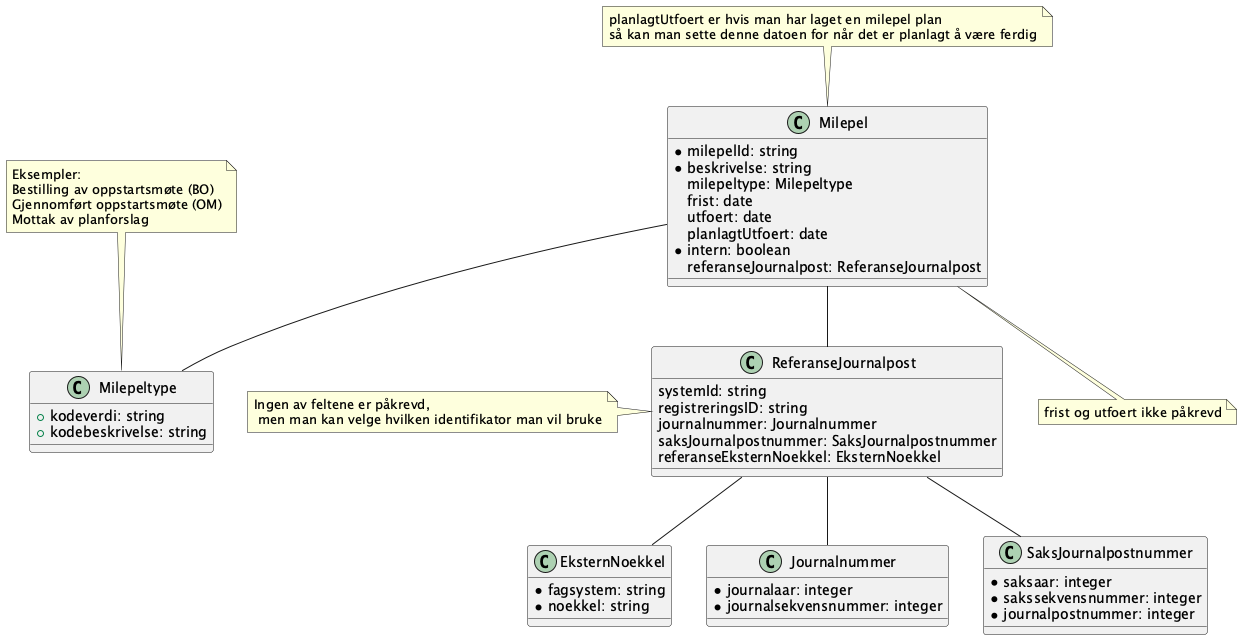
Above: Dokumentasjon/V1/ClassDiagrams/no.ks.fiks.saksfaser.v1.felles.milepel/classdiagram.png in ks-no/fiks-saksfaser-specification (PlantUML), before the change.
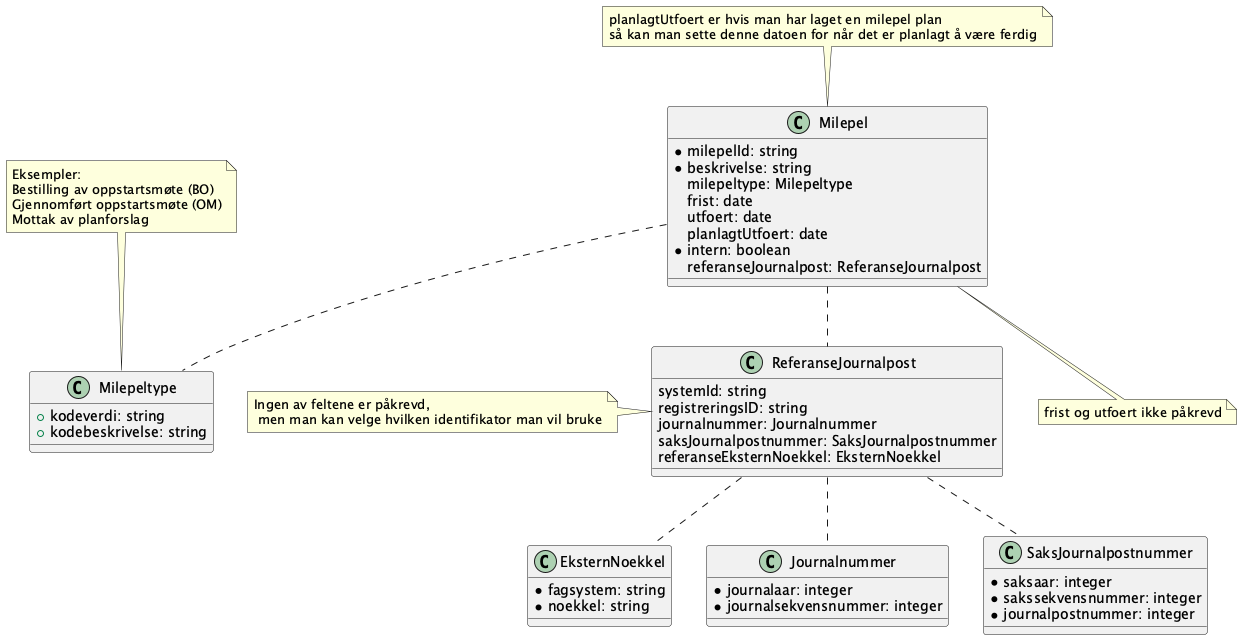
The same file after the commit.

Change to the diagram source:
```diff
@@ -18,7 +18,7 @@
 
 note top of Milepel : planlagtUtfoert er hvis man har laget en milepel plan \nså kan man sette denne datoen for når det er planlagt å være ferdig
 
-Milepel -- Milepeltype
+Milepel .. Milepeltype
 
 note top of Milepeltype : Eksempler: \nBestilling av oppstartsmøte (BO)\nGjennomført oppstartsmøte (OM)\nMottak av planforslag
 
@@ -30,11 +30,11 @@
     +kodebeskrivelse: string
 }
 
-Milepel -- ReferanseJournalpost
+Milepel .. ReferanseJournalpost
 
-ReferanseJournalpost -- EksternNoekkel
-ReferanseJournalpost -- SaksJournalpostnummer
-ReferanseJournalpost -- Journalnummer
+ReferanseJournalpost .. EksternNoekkel
+ReferanseJournalpost .. SaksJournalpostnummer
+ReferanseJournalpost .. Journalnummer
 
 
 
```
